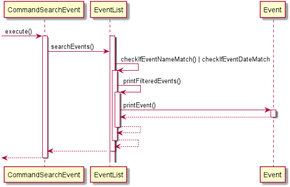
nus-cs2113-AY2021S1/tp keeps this PlantUML diagram as docs/EventDiagram/SequenceDiagram/CommandSearchEvent.png. Above is the earlier version. Source of this version:
```plantuml
@startuml
 -> CommandSearchEvent: execute()

activate CommandSearchEvent
activate EventList
activate EventList
CommandSearchEvent -> EventList:searchEvents()

EventList -> EventList : checkIfEventNameMatch() | checkIfEventDateMatch
activate EventList
EventList -> EventList : printFilteredEvents()
activate EventList
EventList -> Event : printEvent()
activate Event
EventList <-- Event
deactivate Event
return
return
CommandSearchEvent <-- EventList
deactivate EventList
return
deactivate CommandSearchEvent



@enduml
```
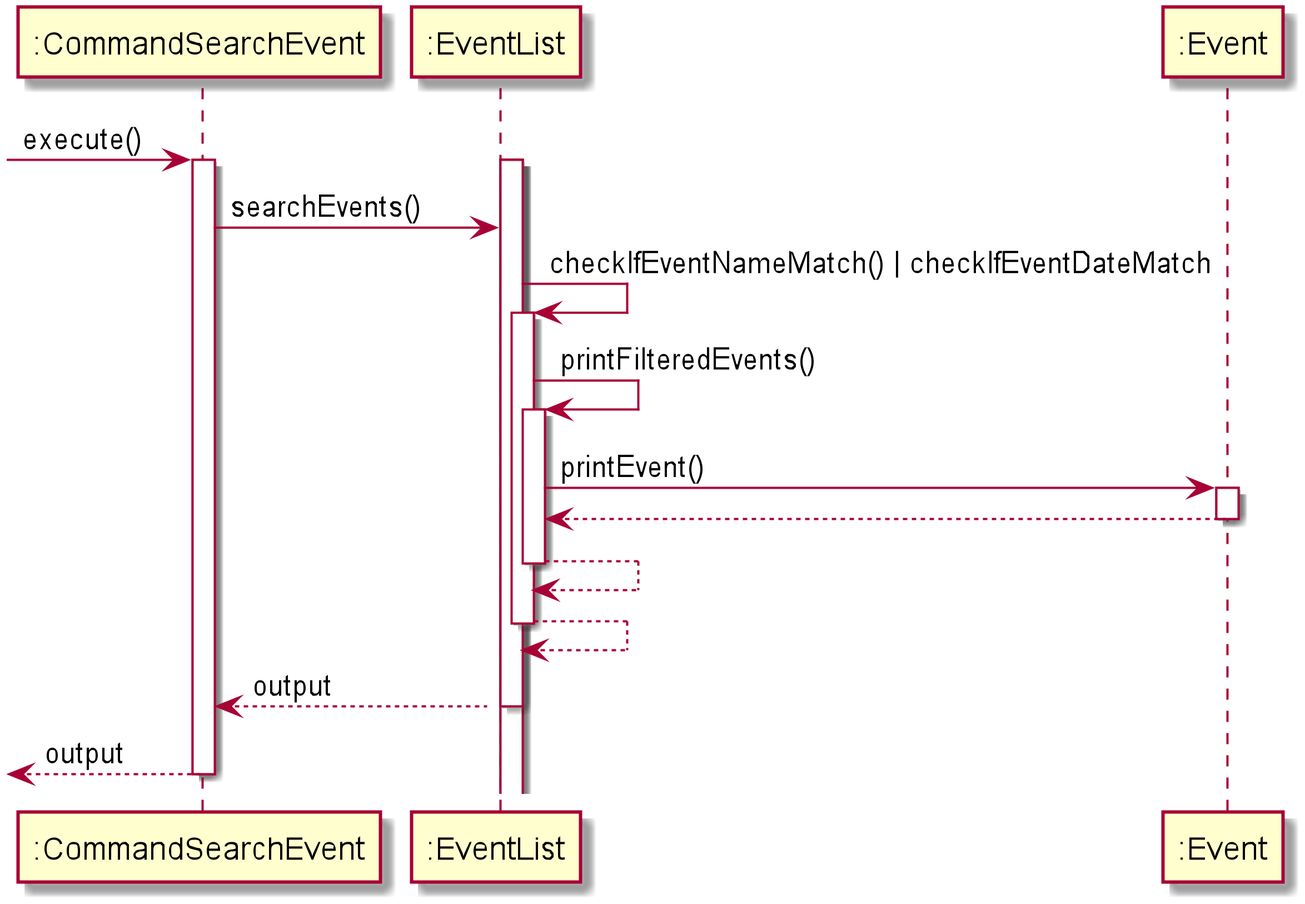
Above is the later version.

Change to the diagram source:
```diff
@@ -1,25 +1,25 @@
 @startuml
- -> CommandSearchEvent: execute()
+ -> ":CommandSearchEvent" : execute()
 
-activate CommandSearchEvent
-activate EventList
-activate EventList
-CommandSearchEvent -> EventList:searchEvents()
+activate ":CommandSearchEvent"
+activate ":EventList"
+activate ":EventList"
+":CommandSearchEvent" -> ":EventList":searchEvents()
 
-EventList -> EventList : checkIfEventNameMatch() | checkIfEventDateMatch
-activate EventList
-EventList -> EventList : printFilteredEvents()
-activate EventList
-EventList -> Event : printEvent()
-activate Event
-EventList <-- Event
-deactivate Event
+":EventList" -> ":EventList" : checkIfEventNameMatch() | checkIfEventDateMatch
+activate ":EventList"
+":EventList" -> ":EventList" : printFilteredEvents()
+activate ":EventList"
+":EventList" -> ":Event" : printEvent()
+activate ":Event"
+":EventList" <-- ":Event"
+deactivate ":Event"
 return
 return
-CommandSearchEvent <-- EventList
-deactivate EventList
-return
-deactivate CommandSearchEvent
+":CommandSearchEvent" <-- ":EventList" : output
+deactivate ":EventList"
+return output
+deactivate ":CommandSearchEvent"
 
 
 
```
